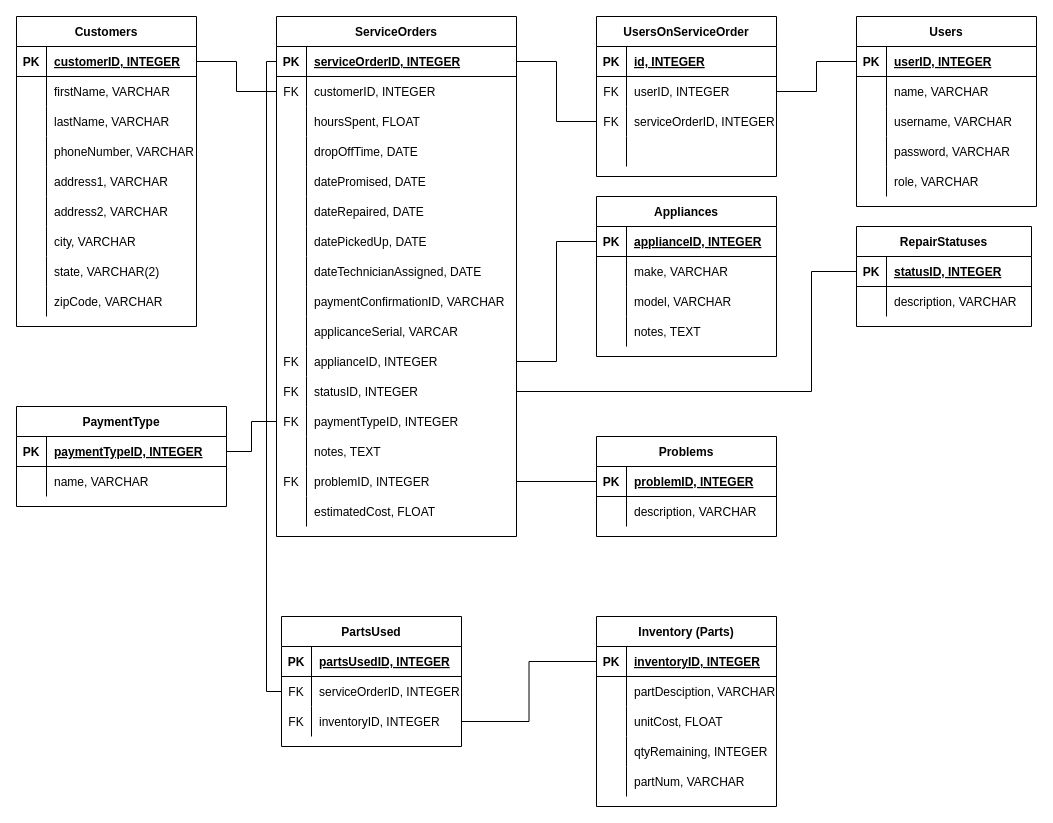
Above: cohort-2/module-8/week2/erd/ERD.drawio in hackupstate/careers-in-code-classroom-codebase (draw.io), before the change. Source tidied: cells renumbered, new cells numbered last; positions are measured from the earlier drawing's top-left corner, leaving out a move shared by most shapes. Both pictures are drawn from the tidied source at 100%, with x=0, y=0 at pixel (16, 16).
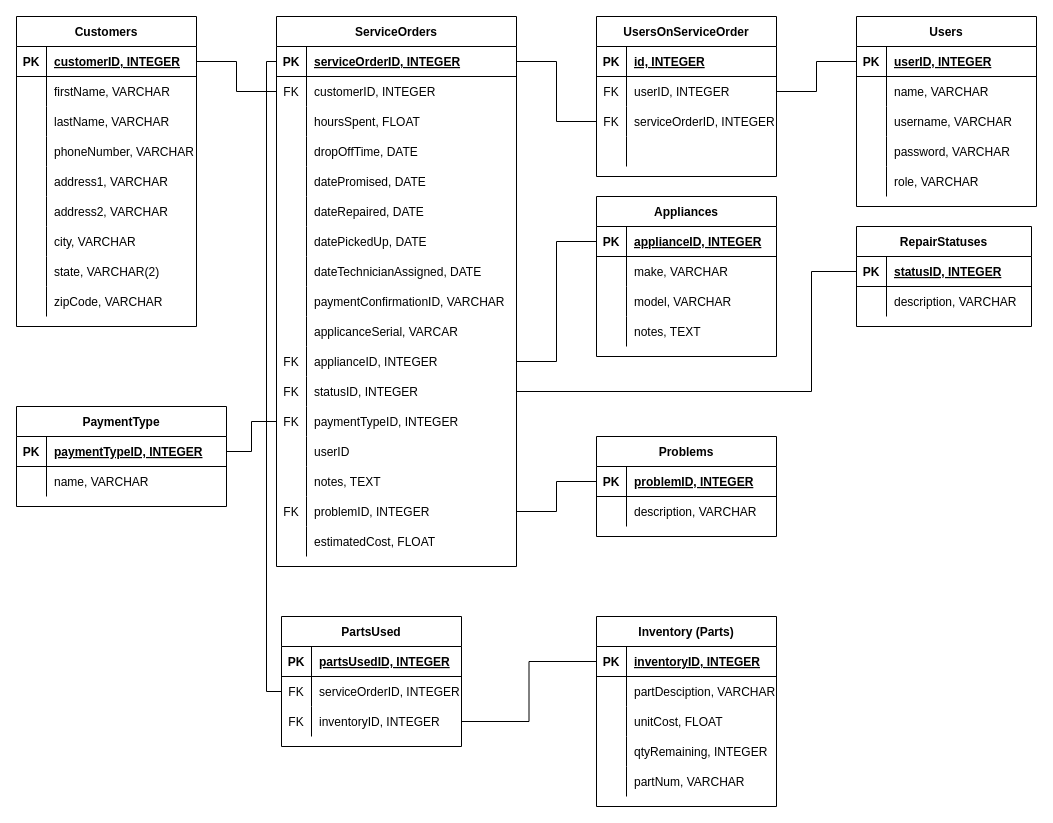
The same diagram, later.

Diff of the diagram source:
```diff
@@
     <mxCell id="2" value="ServiceOrders" style="shape=table;startSize=30;childLayout=tableLayout;rowLines=0;fontStyle=1;align=center;" parent="1" vertex="1">
-      <mxGeometry x="260" width="240" height="520" as="geometry" />
+      <mxGeometry x="260" width="240" height="550" as="geometry" />
     </mxCell>
@@
+    <mxCell id="177" style="shape=partialRectangle;fillColor=none;top=0;left=0;bottom=0;right=0;" parent="2" vertex="1">
+      <mxGeometry y="420" width="240" height="30" as="geometry" />
+    </mxCell>
+    <mxCell id="178" style="shape=partialRectangle;fillColor=none;top=0;left=0;bottom=0;right=0;overflow=hidden;" parent="177" vertex="1">
+      <mxGeometry width="30" height="30" as="geometry" />
+    </mxCell>
+    <mxCell id="179" value="userID" style="shape=partialRectangle;fillColor=none;top=0;left=0;bottom=0;right=0;align=left;spacingLeft=6;overflow=hidden;" parent="177" vertex="1">
+      <mxGeometry x="30" width="210" height="30" as="geometry" />
+    </mxCell>
     <mxCell id="42" style="shape=partialRectangle;fillColor=none;top=0;left=0;bottom=0;right=0;" parent="2" vertex="1">
-      <mxGeometry y="420" width="240" height="30" as="geometry" />
+      <mxGeometry y="450" width="240" height="30" as="geometry" />
     </mxCell>
@@
     <mxCell id="45" style="shape=partialRectangle;fillColor=none;top=0;left=0;bottom=0;right=0;points=[[0,0.5],[1,0.5]];portConstraint=eastwest;" parent="2" vertex="1">
-      <mxGeometry y="450" width="240" height="30" as="geometry" />
+      <mxGeometry y="480" width="240" height="30" as="geometry" />
     </mxCell>
@@
     <mxCell id="48" style="shape=partialRectangle;fillColor=none;top=0;left=0;bottom=0;right=0;" parent="2" vertex="1">
-      <mxGeometry y="480" width="240" height="30" as="geometry" />
+      <mxGeometry y="510" width="240" height="30" as="geometry" />
     </mxCell>
```
